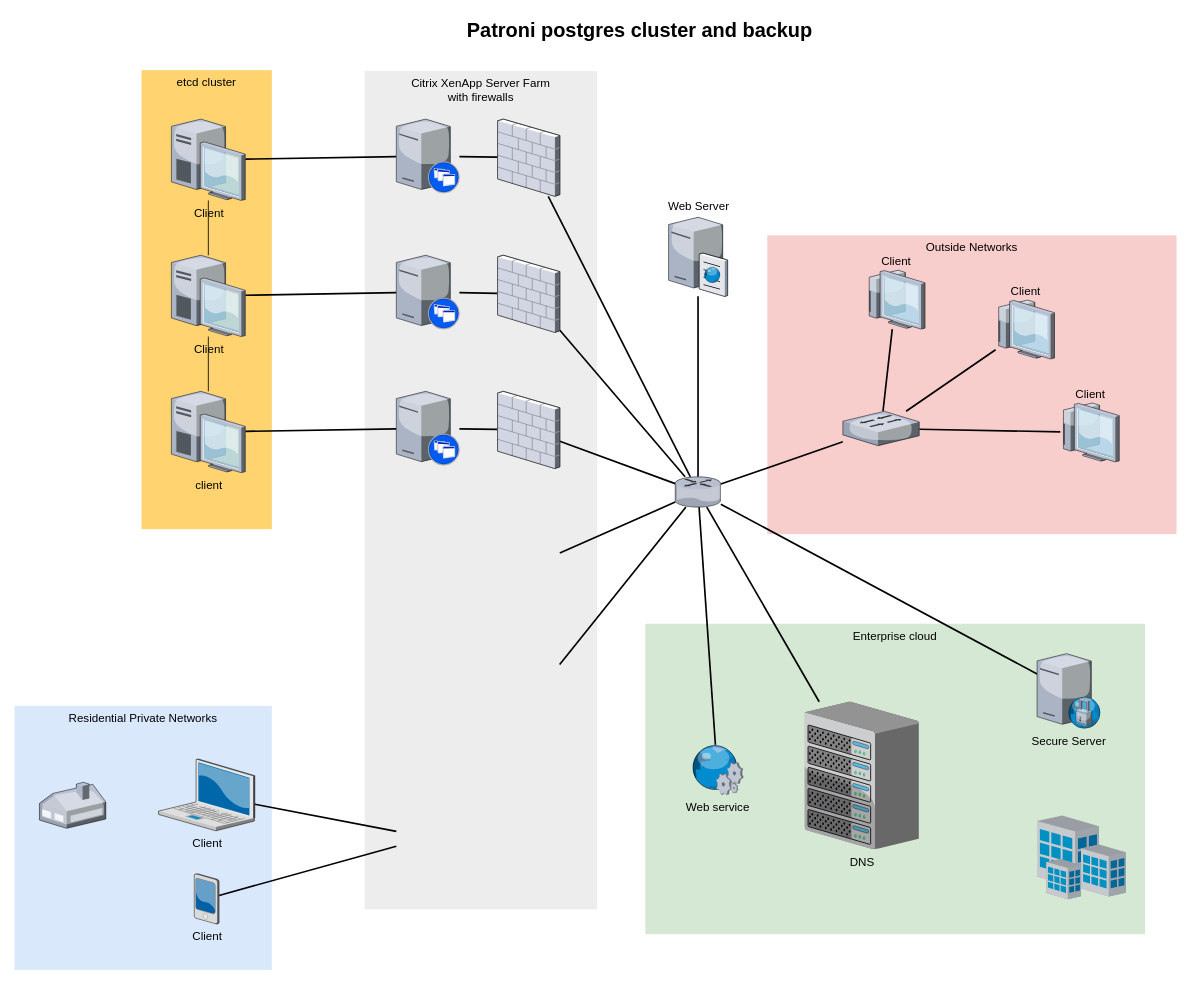
Earlier version of the draw.io diagram Диаграмма без названия.drawio (sirantonyru/pgcluster). Source tidied: cells renumbered, new cells numbered last; positions are measured from the earlier drawing's top-left corner, leaving out a move shared by most shapes. Both pictures are drawn from the tidied source at 83%, with x=0, y=0 at pixel (14, 14).
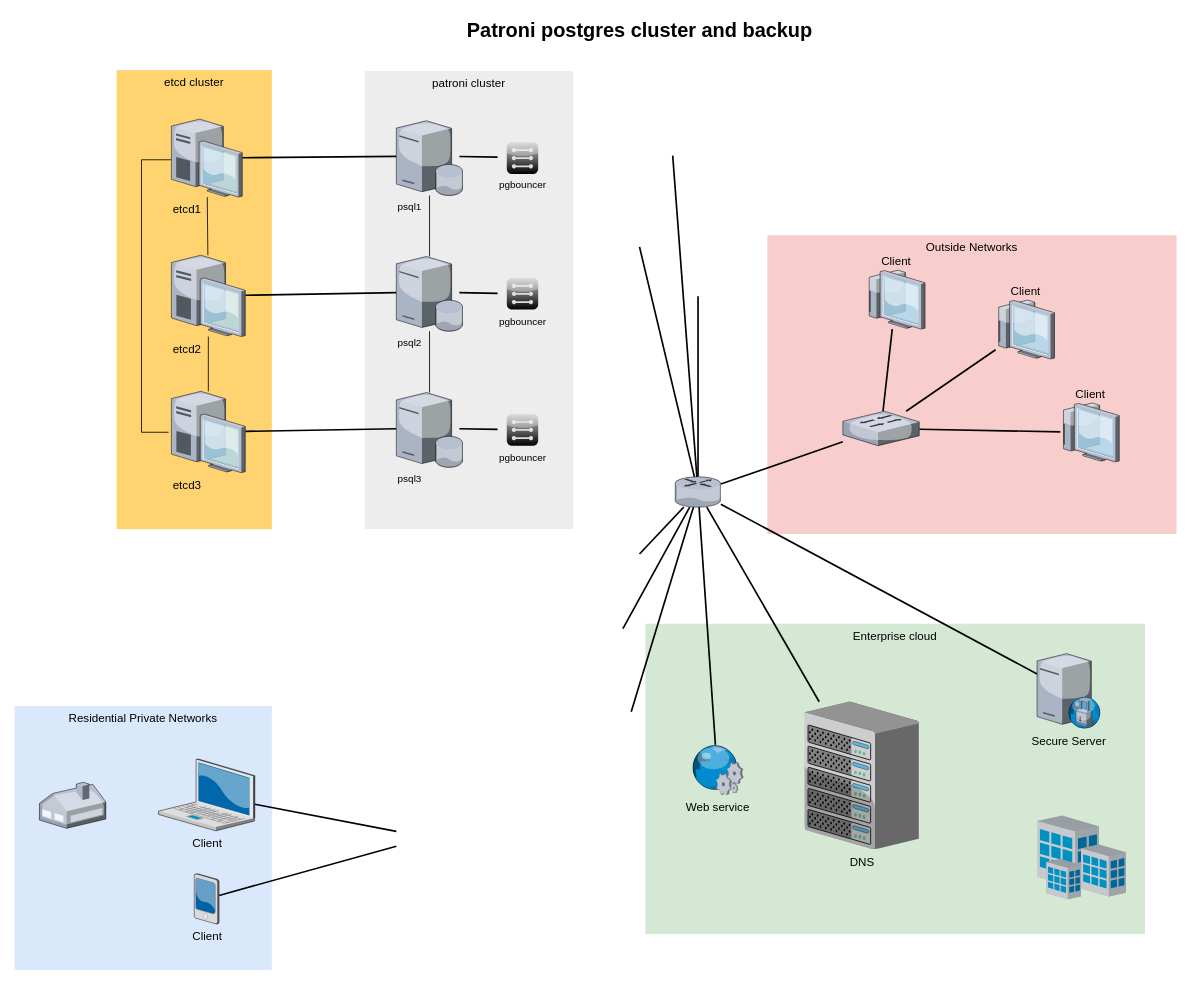
The same diagram, later.

Commit message:
Добавил кластер patroni

Unchanged cells that the change refers to:
```xml
<mxCell id="29" style="verticalLabelPosition=bottom;html=1;verticalAlign=top;strokeColor=none;shape=mxgraph.citrix.router;fillColor=#66B2FF;gradientColor=#0066CC;fontSize=14;" parent="1" vertex="1">
  <mxGeometry x="796" y="557" width="55" height="36.5" as="geometry" />
</mxCell>
```

Change to the diagram source:
```diff
@@
-    <mxCell id="4" value="Citrix XenApp Server Farm&lt;div&gt;with firewalls&lt;/div&gt;" style="whiteSpace=wrap;html=1;fillColor=#EDEDED;fontSize=14;strokeColor=none;verticalAlign=top;" parent="1" vertex="1">
-      <mxGeometry x="422" y="68" width="280" height="1010" as="geometry" />
+    <mxCell id="4" value="patroni cluster" style="whiteSpace=wrap;html=1;fillColor=#EDEDED;fontSize=14;strokeColor=none;verticalAlign=top;" parent="1" vertex="1">
+      <mxGeometry x="422" y="68" width="251" height="552" as="geometry" />
     </mxCell>
@@
     <mxCell id="6" value="etcd cluster" style="whiteSpace=wrap;html=1;fillColor=#FFD470;gradientColor=none;fontSize=14;strokeColor=none;verticalAlign=top;" parent="1" vertex="1">
-      <mxGeometry x="153" y="67" width="157" height="553" as="geometry" />
+      <mxGeometry x="123" y="67" width="187" height="553" as="geometry" />
     </mxCell>
@@
-    <mxCell id="9" style="edgeStyle=none;rounded=0;html=1;startSize=10;endSize=10;jettySize=auto;fontSize=14;endArrow=none;endFill=0;strokeWidth=2;" parent="1" edge="1" source="11" target="20">
-      <mxGeometry relative="1" as="geometry" />
+    <mxCell id="9" style="edgeStyle=none;rounded=0;html=1;startSize=10;endSize=10;jettySize=auto;fontSize=14;endArrow=none;endFill=0;strokeWidth=2;" parent="1" edge="1" source="11">
+      <mxGeometry relative="1" as="geometry">
+        <mxPoint x="460" y="499.1" as="targetPoint" />
+      </mxGeometry>
     </mxCell>
@@
-    <mxCell id="11" value="client" style="verticalLabelPosition=bottom;html=1;verticalAlign=top;strokeColor=none;shape=mxgraph.citrix.desktop;fillColor=#66B2FF;gradientColor=#0066CC;fontSize=14;" parent="1" vertex="1">
+    <mxCell id="11" value="etcd3&lt;div&gt;&lt;br&gt;&lt;/div&gt;" style="verticalLabelPosition=bottom;html=1;verticalAlign=top;strokeColor=none;shape=mxgraph.citrix.desktop;fillColor=#66B2FF;gradientColor=#0066CC;fontSize=14;align=left;" parent="1" vertex="1">
       <mxGeometry x="189" y="454" width="89" height="98" as="geometry" />
     </mxCell>
-    <mxCell id="12" style="edgeStyle=none;rounded=0;html=1;startSize=10;endSize=10;jettySize=auto;fontSize=14;endArrow=none;endFill=0;strokeWidth=2;" parent="1" edge="1" source="13" target="22">
-      <mxGeometry relative="1" as="geometry" />
+    <mxCell id="12" style="edgeStyle=none;rounded=0;html=1;startSize=10;endSize=10;jettySize=auto;fontSize=14;endArrow=none;endFill=0;strokeWidth=2;" parent="1" edge="1" source="13">
+      <mxGeometry relative="1" as="geometry">
+        <mxPoint x="460" y="335.1" as="targetPoint" />
+      </mxGeometry>
     </mxCell>
-    <mxCell id="13" value="Client" style="verticalLabelPosition=bottom;html=1;verticalAlign=top;strokeColor=none;shape=mxgraph.citrix.desktop;fillColor=#66B2FF;gradientColor=#0066CC;fontSize=14;" parent="1" vertex="1">
+    <mxCell id="13" value="etcd2" style="verticalLabelPosition=bottom;html=1;verticalAlign=top;strokeColor=none;shape=mxgraph.citrix.desktop;fillColor=#66B2FF;gradientColor=#0066CC;fontSize=14;align=left;" parent="1" vertex="1">
       <mxGeometry x="189" y="290" width="89" height="98" as="geometry" />
     </mxCell>
-    <mxCell id="14" style="edgeStyle=none;rounded=0;html=1;startSize=10;endSize=10;jettySize=auto;fontSize=14;endArrow=none;endFill=0;strokeWidth=2;" parent="1" edge="1" source="16" target="24">
-      <mxGeometry relative="1" as="geometry" />
+    <mxCell id="14" style="edgeStyle=none;rounded=0;html=1;startSize=10;endSize=10;jettySize=auto;fontSize=14;endArrow=none;endFill=0;strokeWidth=2;" parent="1" edge="1" source="16">
+      <mxGeometry relative="1" as="geometry">
+        <mxPoint x="460" y="170.9" as="targetPoint" />
+      </mxGeometry>
     </mxCell>
@@
-    <mxCell id="16" value="Client" style="verticalLabelPosition=bottom;html=1;verticalAlign=top;strokeColor=none;shape=mxgraph.citrix.desktop;fillColor=#66B2FF;gradientColor=#0066CC;fontSize=14;" parent="1" vertex="1">
-      <mxGeometry x="189" y="126" width="89" height="98" as="geometry" />
-    </mxCell>
+    <mxCell id="54" style="edgeStyle=orthogonalEdgeStyle;rounded=0;jettySize=auto;html=1;endArrow=none;startFill=0;" parent="1" edge="1" source="16">
+      <mxGeometry relative="1" as="geometry">
+        <mxPoint x="185.6" y="503.3" as="targetPoint" />
+        <Array as="points">
+          <mxPoint x="153" y="175" />
+          <mxPoint x="153" y="503" />
+        </Array>
+      </mxGeometry>
+    </mxCell>
@@
-    <mxCell id="19" style="edgeStyle=none;rounded=0;html=1;startSize=10;endSize=10;jettySize=auto;fontSize=14;endArrow=none;endFill=0;strokeWidth=2;" parent="1" edge="1" source="20" target="37">
-      <mxGeometry relative="1" as="geometry" />
+    <mxCell id="19" style="edgeStyle=none;rounded=0;html=1;startSize=10;endSize=10;jettySize=auto;orthogonalLoop=1;fontSize=14;endArrow=none;endFill=0;strokeWidth=2;" parent="1" edge="1">
+      <mxGeometry relative="1" as="geometry">
+        <mxPoint x="536" y="499.1" as="sourcePoint" />
+        <mxPoint x="582" y="499.9" as="targetPoint" />
+      </mxGeometry>
     </mxCell>
-    <mxCell id="20" style="verticalLabelPosition=bottom;html=1;verticalAlign=top;strokeColor=none;shape=mxgraph.citrix.xenapp_server;fillColor=#66B2FF;gradientColor=#0066CC;fontSize=14;" parent="1" vertex="1">
-      <mxGeometry x="460" y="454" width="76" height="89" as="geometry" />
-    </mxCell>
+    <mxCell id="16" value="etcd1" style="verticalLabelPosition=bottom;html=1;verticalAlign=top;strokeColor=none;shape=mxgraph.citrix.desktop;fillColor=#66B2FF;gradientColor=#0066CC;fontSize=14;direction=east;align=left;" parent="1" vertex="1">
+      <mxGeometry x="189" y="126" width="85.4" height="94" as="geometry" />
+    </mxCell>
-    <mxCell id="21" style="edgeStyle=none;rounded=0;html=1;startSize=10;endSize=10;jettySize=auto;fontSize=14;endArrow=none;endFill=0;strokeWidth=2;" parent="1" edge="1" source="22" target="35">
-      <mxGeometry relative="1" as="geometry" />
+    <mxCell id="21" style="edgeStyle=none;rounded=0;html=1;startSize=10;endSize=10;jettySize=auto;orthogonalLoop=1;fontSize=14;endArrow=none;endFill=0;strokeWidth=2;" parent="1" edge="1">
+      <mxGeometry relative="1" as="geometry">
+        <mxPoint x="536" y="335.1" as="sourcePoint" />
+        <mxPoint x="582" y="335.9" as="targetPoint" />
+      </mxGeometry>
     </mxCell>
-    <mxCell id="22" style="verticalLabelPosition=bottom;html=1;verticalAlign=top;strokeColor=none;shape=mxgraph.citrix.xenapp_server;fillColor=#66B2FF;gradientColor=#0066CC;fontSize=14;" parent="1" vertex="1">
-      <mxGeometry x="460" y="290" width="76" height="89" as="geometry" />
-    </mxCell>
-    <mxCell id="23" style="edgeStyle=none;rounded=0;html=1;startSize=10;endSize=10;jettySize=auto;fontSize=14;endArrow=none;endFill=0;strokeWidth=2;" parent="1" edge="1" source="24" target="33">
-      <mxGeometry relative="1" as="geometry" />
+    <mxCell id="23" style="edgeStyle=none;rounded=0;html=1;startSize=10;endSize=10;jettySize=auto;orthogonalLoop=1;fontSize=14;endArrow=none;endFill=0;strokeWidth=2;" parent="1" edge="1">
+      <mxGeometry relative="1" as="geometry">
+        <mxPoint x="536" y="171.1" as="sourcePoint" />
+        <mxPoint x="582" y="171.9" as="targetPoint" />
+      </mxGeometry>
     </mxCell>
-    <mxCell id="24" style="verticalLabelPosition=bottom;html=1;verticalAlign=top;strokeColor=none;shape=mxgraph.citrix.xenapp_server;fillColor=#66B2FF;gradientColor=#0066CC;fontSize=14;" parent="1" vertex="1">
-      <mxGeometry x="460" y="126" width="76" height="89" as="geometry" />
-    </mxCell>
@@
-    <mxCell id="26" style="edgeStyle=none;rounded=0;html=1;startSize=10;endSize=10;jettySize=auto;fontSize=14;endArrow=none;endFill=0;strokeWidth=2;" parent="1" edge="1" source="29" target="30">
-      <mxGeometry relative="1" as="geometry" />
+    <mxCell id="26" style="edgeStyle=none;rounded=0;html=1;startSize=10;endSize=10;jettySize=auto;fontSize=14;endArrow=none;endFill=0;strokeWidth=2;" parent="1" edge="1" source="29">
+      <mxGeometry relative="1" as="geometry">
+        <mxPoint x="823.5" y="339.5" as="targetPoint" />
+      </mxGeometry>
     </mxCell>
@@
-    <mxCell id="30" value="Web Server" style="verticalLabelPosition=top;html=1;verticalAlign=bottom;strokeColor=none;shape=mxgraph.citrix.cache_server;fillColor=#66B2FF;gradientColor=#0066CC;fontSize=14;labelPosition=center;align=center;" parent="1" vertex="1">
-      <mxGeometry x="788" y="242" width="71" height="97.5" as="geometry" />
-    </mxCell>
@@
-    <mxCell id="32" style="edgeStyle=none;rounded=0;html=1;startSize=10;endSize=10;jettySize=auto;fontSize=14;endArrow=none;endFill=0;strokeWidth=2;" parent="1" edge="1" source="33" target="29">
-      <mxGeometry relative="1" as="geometry" />
+    <mxCell id="32" style="edgeStyle=none;rounded=0;html=1;startSize=10;endSize=10;jettySize=auto;fontSize=14;endArrow=none;endFill=0;strokeWidth=2;" parent="1" edge="1" target="29">
+      <mxGeometry relative="1" as="geometry">
+        <mxPoint x="793" y="170" as="sourcePoint" />
+      </mxGeometry>
     </mxCell>
-    <mxCell id="33" style="verticalLabelPosition=bottom;html=1;verticalAlign=top;strokeColor=none;shape=mxgraph.citrix.firewall;fillColor=#66B2FF;gradientColor=#0066CC;fontSize=14;" parent="1" vertex="1">
-      <mxGeometry x="582" y="126" width="75" height="93" as="geometry" />
-    </mxCell>
-    <mxCell id="34" style="edgeStyle=none;rounded=0;html=1;startSize=10;endSize=10;jettySize=auto;fontSize=14;endArrow=none;endFill=0;strokeWidth=2;" parent="1" edge="1" source="35" target="29">
-      <mxGeometry relative="1" as="geometry" />
+    <mxCell id="34" style="edgeStyle=none;rounded=0;html=1;startSize=10;endSize=10;jettySize=auto;fontSize=14;endArrow=none;endFill=0;strokeWidth=2;" parent="1" edge="1" target="29">
+      <mxGeometry relative="1" as="geometry">
+        <mxPoint x="753" y="280" as="sourcePoint" />
+      </mxGeometry>
     </mxCell>
-    <mxCell id="35" style="verticalLabelPosition=bottom;html=1;verticalAlign=top;strokeColor=none;shape=mxgraph.citrix.firewall;fillColor=#66B2FF;gradientColor=#0066CC;fontSize=14;" parent="1" vertex="1">
-      <mxGeometry x="582" y="290" width="75" height="93" as="geometry" />
-    </mxCell>
-    <mxCell id="36" style="edgeStyle=none;rounded=0;html=1;startSize=10;endSize=10;jettySize=auto;fontSize=14;endArrow=none;endFill=0;strokeWidth=2;" parent="1" edge="1" source="37" target="29">
-      <mxGeometry relative="1" as="geometry" />
+    <mxCell id="36" style="edgeStyle=none;rounded=0;html=1;startSize=10;endSize=10;jettySize=auto;fontSize=14;endArrow=none;endFill=0;strokeWidth=2;" parent="1" edge="1" target="29">
+      <mxGeometry relative="1" as="geometry">
+        <mxPoint x="753" y="650" as="sourcePoint" />
+      </mxGeometry>
     </mxCell>
-    <mxCell id="37" style="verticalLabelPosition=bottom;html=1;verticalAlign=top;strokeColor=none;shape=mxgraph.citrix.firewall;fillColor=#66B2FF;gradientColor=#0066CC;fontSize=14;" parent="1" vertex="1">
-      <mxGeometry x="582" y="454" width="75" height="93" as="geometry" />
-    </mxCell>
     <mxCell id="38" style="edgeStyle=none;rounded=0;html=1;startSize=10;endSize=10;jettySize=auto;fontSize=14;endArrow=none;endFill=0;strokeWidth=2;" parent="1" edge="1" target="29">
       <mxGeometry relative="1" as="geometry">
-        <mxPoint x="657" y="648.9" as="sourcePoint" />
+        <mxPoint x="733" y="740" as="sourcePoint" />
       </mxGeometry>
     </mxCell>
     <mxCell id="39" style="edgeStyle=none;rounded=0;html=1;startSize=10;endSize=10;jettySize=auto;fontSize=14;endArrow=none;endFill=0;strokeWidth=2;" parent="1" edge="1" target="29">
       <mxGeometry relative="1" as="geometry">
-        <mxPoint x="656.8" y="783" as="sourcePoint" />
+        <mxPoint x="743" y="840" as="sourcePoint" />
       </mxGeometry>
     </mxCell>
@@
+    <mxCell id="55" style="edgeStyle=orthogonalEdgeStyle;rounded=0;jettySize=auto;html=1;endArrow=none;startFill=0;" parent="1" edge="1" source="56" target="58">
+      <mxGeometry relative="1" as="geometry" />
+    </mxCell>
+    <mxCell id="56" value="psql1" style="verticalLabelPosition=bottom;sketch=0;html=1;verticalAlign=top;strokeColor=none;align=left;outlineConnect=0;shape=mxgraph.citrix.database_server;" parent="1" vertex="1">
+      <mxGeometry x="460" y="128" width="80" height="90" as="geometry" />
+    </mxCell>
+    <mxCell id="57" style="edgeStyle=orthogonalEdgeStyle;rounded=0;jettySize=auto;html=1;endArrow=none;startFill=0;" parent="1" edge="1" source="58" target="59">
+      <mxGeometry relative="1" as="geometry" />
+    </mxCell>
+    <mxCell id="58" value="psql2" style="verticalLabelPosition=bottom;sketch=0;html=1;verticalAlign=top;strokeColor=none;align=left;outlineConnect=0;shape=mxgraph.citrix.database_server;" parent="1" vertex="1">
+      <mxGeometry x="460" y="291.5" width="80" height="90" as="geometry" />
+    </mxCell>
+    <mxCell id="59" value="psql3" style="verticalLabelPosition=bottom;sketch=0;html=1;verticalAlign=top;strokeColor=none;align=left;outlineConnect=0;shape=mxgraph.citrix.database_server;" parent="1" vertex="1">
+      <mxGeometry x="460" y="455.5" width="80" height="90" as="geometry" />
+    </mxCell>
+    <mxCell id="60" value="pgbouncer" style="verticalLabelPosition=bottom;sketch=0;html=1;verticalAlign=top;strokeColor=none;align=center;shape=mxgraph.citrix.role_cloudbridge;fillColor=#CCCCCC;gradientColor=#000000;gradientDirection=south;" parent="1" vertex="1">
+      <mxGeometry x="593" y="154" width="38" height="38" as="geometry" />
+    </mxCell>
+    <mxCell id="61" value="pgbouncer" style="verticalLabelPosition=bottom;sketch=0;html=1;verticalAlign=top;strokeColor=none;align=center;shape=mxgraph.citrix.role_cloudbridge;fillColor=#CCCCCC;gradientColor=#000000;gradientDirection=south;" parent="1" vertex="1">
+      <mxGeometry x="593" y="317.5" width="38" height="38" as="geometry" />
+    </mxCell>
+    <mxCell id="62" value="pgbouncer" style="verticalLabelPosition=bottom;sketch=0;html=1;verticalAlign=top;strokeColor=none;align=center;shape=mxgraph.citrix.role_cloudbridge;fillColor=#CCCCCC;gradientColor=#000000;gradientDirection=south;" parent="1" vertex="1">
+      <mxGeometry x="593" y="481.5" width="38" height="38" as="geometry" />
+    </mxCell>
```
